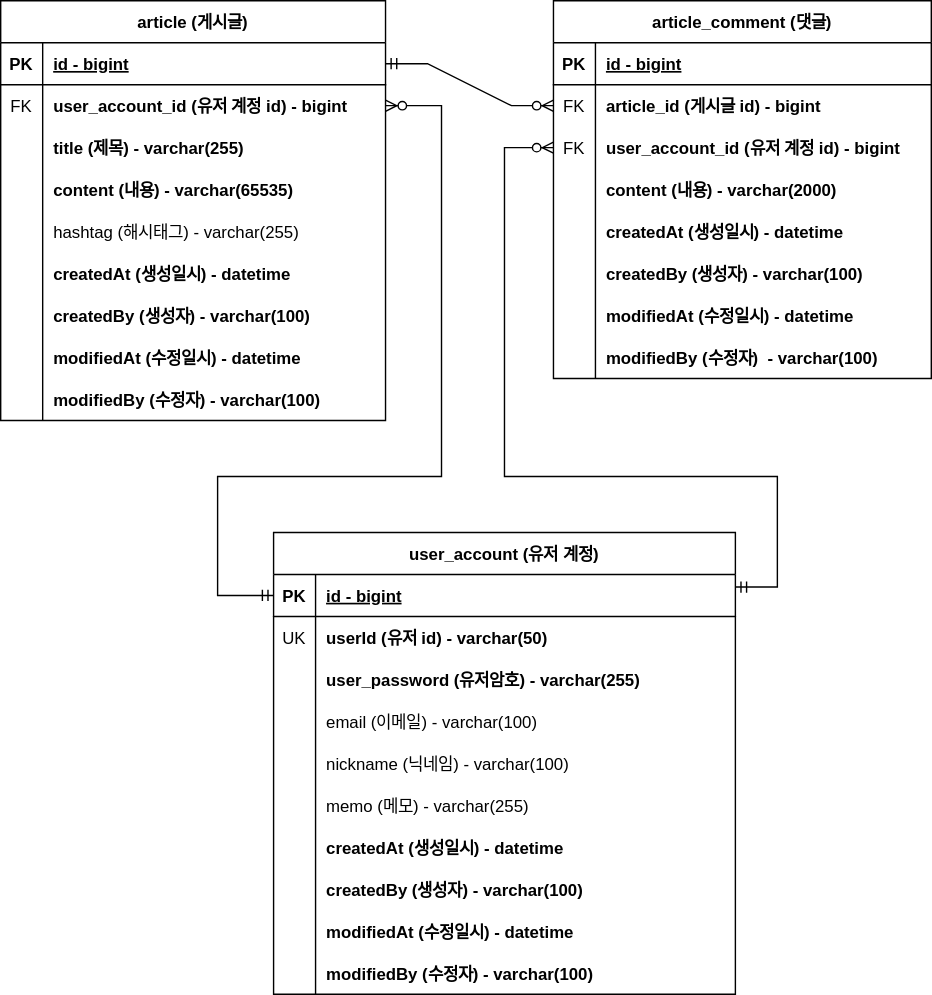
The draw.io diagram document/project-board-erd.svg in Kwoojin/fc-board, before a commit. Source tidied: cells renumbered, new cells last; positions are measured from the earlier drawing's top-left corner, leaving out a move shared by most shapes.
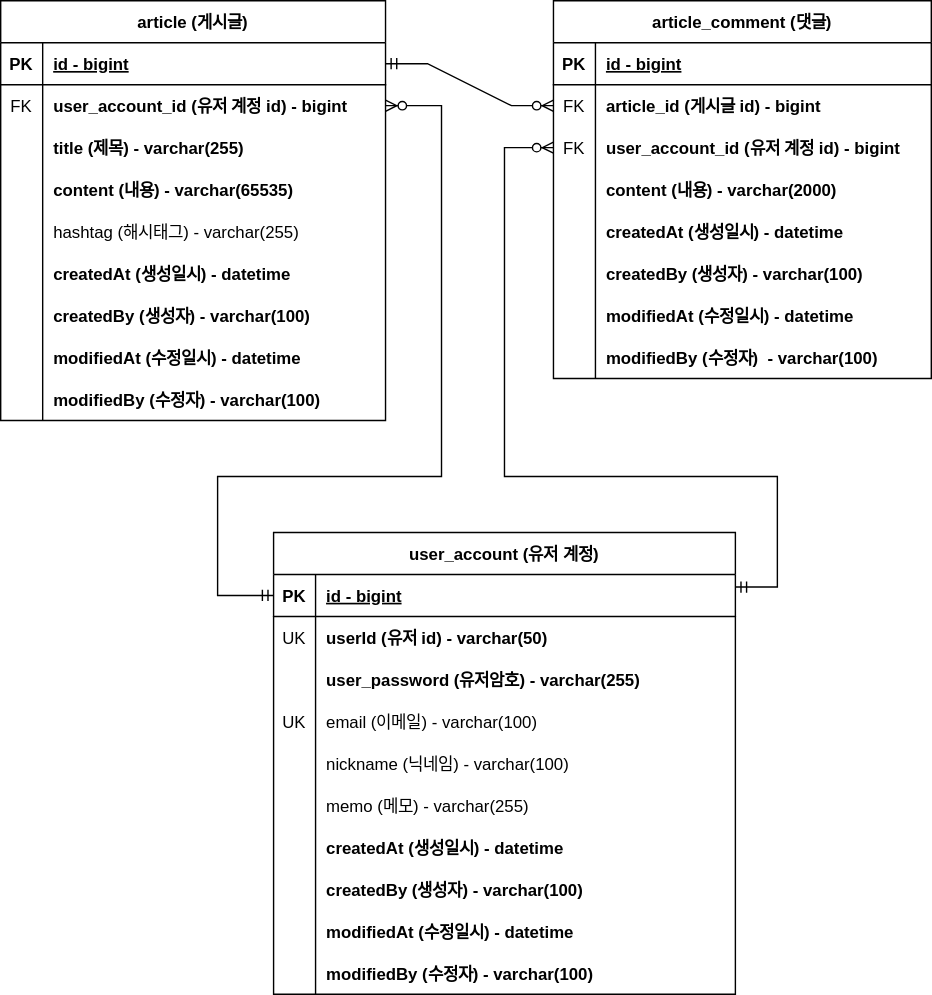
Above is the later version.

Commit message:
user_account : email unique key 설정

Change to the diagram source:
```diff
@@ -194,7 +194,7 @@
     <mxCell id="65" style="shape=tableRow;horizontal=0;startSize=0;swimlaneHead=0;swimlaneBody=0;fillColor=none;top=0;left=0;right=0;bottom=0;" parent="55" vertex="1">
       <mxGeometry y="120" width="330" height="30" as="geometry" />
     </mxCell>
-    <mxCell id="66" style="shape=partialRectangle;fillColor=none;top=0;left=0;bottom=0;right=0;overflow=hidden;" parent="65" vertex="1">
+    <mxCell id="66" value="UK" style="shape=partialRectangle;fillColor=none;top=0;left=0;bottom=0;right=0;overflow=hidden;" parent="65" vertex="1">
       <mxGeometry width="30" height="30" as="geometry" />
     </mxCell>
     <mxCell id="67" value="email (이메일) - varchar(100)" style="shape=partialRectangle;fillColor=none;top=0;left=0;bottom=0;right=0;align=left;spacingLeft=6;overflow=hidden;" parent="65" vertex="1">
```
